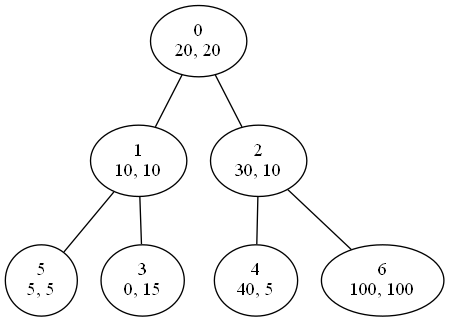
jparimaa/pypg keeps this Graphviz diagram as kd-tree/kd-tree/kdtree.gv.png. Above is the earlier version. Its source is kept beside it as kd-tree/kd-tree/kdtree.gv.
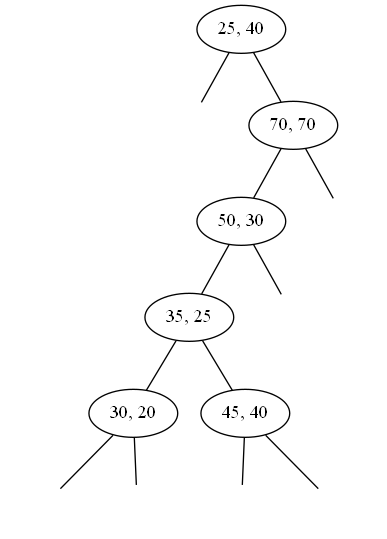
Later version of the same file.

Diff of the diagram source:
```diff
@@ -1,23 +1,28 @@
 graph g {
 	graph [rankdir=BT]
-	0 [label="0
-20, 20"]
-	1 [label="1
-10, 10"]
+	0 [label="25, 40"]
+	-1 [label="" style=invis]
+	-1 -- 0
+	1 [label="70, 70"]
 	1 -- 0
-	5 [label="5
-5, 5"]
-	5 -- 1
-	3 [label="3
-0, 15"]
-	3 -- 1
-	2 [label="2
-30, 10"]
-	2 -- 0
-	4 [label="4
-40, 5"]
-	4 -- 2
-	6 [label="6
-100, 100"]
-	6 -- 2
+	2 [label="50, 30"]
+	2 -- 1
+	3 [label="35, 25"]
+	3 -- 2
+	4 [label="30, 20"]
+	4 -- 3
+	-2 [label="" style=invis]
+	-2 -- 4
+	-3 [label="" style=invis]
+	-3 -- 4
+	5 [label="45, 40"]
+	5 -- 3
+	-4 [label="" style=invis]
+	-4 -- 5
+	-5 [label="" style=invis]
+	-5 -- 5
+	-6 [label="" style=invis]
+	-6 -- 2
+	-7 [label="" style=invis]
+	-7 -- 1
 }
```
